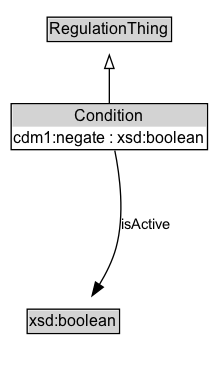
Above: docs/diagrams/Condition.dot.png in k-vaughn/ontology-its-regulation (Graphviz), before the change. Its source is kept beside it as docs/diagrams/Condition.dot.
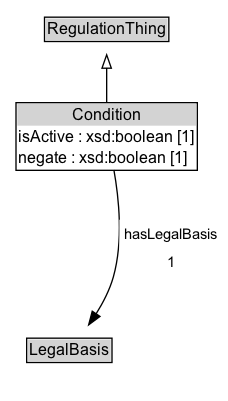
The same diagram one commit later.

What changed in the source:
```diff
@@ -6,18 +6,18 @@
 		rank=source
 		RegulationThing [label=<<TABLE BORDER="1" CELLBORDER="0" CELLSPACING="0" CELLPADDING="1"><TR><TD BGCOLOR="lightgray" ALIGN="CENTER">RegulationThing</TD></TR></TABLE>> URL="../RegulationThing" margin=0]
 	}
-	Condition [label=<<TABLE BORDER="1" CELLBORDER="0" CELLSPACING="0" CELLPADDING="1"><TR><TD BGCOLOR="lightgray" ALIGN="CENTER">Condition</TD></TR><TR><TD ALIGN="LEFT">cdm1:negate : xsd:boolean</TD></TR></TABLE>> URL="../Condition" margin=0]
+	Condition [label=<<TABLE BORDER="1" CELLBORDER="0" CELLSPACING="0" CELLPADDING="1"><TR><TD BGCOLOR="lightgray" ALIGN="CENTER">Condition</TD></TR><TR><TD ALIGN="LEFT">isActive : xsd:boolean [1]</TD></TR><TR><TD ALIGN="LEFT">negate : xsd:boolean [1]</TD></TR></TABLE>> URL="../Condition" margin=0]
 	{
 		rank=max
 	}
 	subgraph cluster_associated {
 		label="" style=invis
 		Invis [label=<<TABLE BORDER="0" CELLBORDER="0" CELLSPACING="0" CELLPADDING="1"><TR><TD></TD></TR></TABLE>> margin=0 style=invis]
-		xsd_boolean [label=<<TABLE BORDER="1" CELLBORDER="0" CELLSPACING="0" CELLPADDING="1"><TR><TD BGCOLOR="lightgray" ALIGN="CENTER">xsd:boolean</TD></TR></TABLE>> URL="https://w3id.org/citydata/imported/xsd/latest/boolean" margin=0]
+		LegalBasis [label=<<TABLE BORDER="1" CELLBORDER="0" CELLSPACING="0" CELLPADDING="1"><TR><TD BGCOLOR="lightgray" ALIGN="CENTER">LegalBasis</TD></TR></TABLE>> URL="../LegalBasis" margin=0]
 	}
 	Condition -> RegulationThing [arrowhead=onormal style=solid]
 	Condition -> Invis [style=invis]
-	Invis -> xsd_boolean [style=invis]
-	xsd_boolean [label=<<TABLE BORDER="1" CELLBORDER="0" CELLSPACING="0" CELLPADDING="1"><TR><TD BGCOLOR="lightgray" ALIGN="CENTER">xsd:boolean</TD></TR></TABLE>> URL="https://w3id.org/citydata/imported/xsd/latest/boolean" margin=0]
-	Condition -> xsd_boolean [label=isActive arrowhead=normal style=solid]
+	Invis -> LegalBasis [style=invis]
+	LegalBasis [label=<<TABLE BORDER="1" CELLBORDER="0" CELLSPACING="0" CELLPADDING="1"><TR><TD BGCOLOR="lightgray" ALIGN="CENTER">LegalBasis</TD></TR></TABLE>> URL="../LegalBasis" margin=0]
+	Condition -> LegalBasis [label=<<TABLE BORDER="0" CELLBORDER="0" CELLSPACING="0" CELLPADDING="4" BGCOLOR="white"><TR><TD ALIGN="CENTER">hasLegalBasis</TD></TR><TR><TD ALIGN="CENTER">1</TD></TR></TABLE>> arrowhead=normal style=solid]
 }
```
